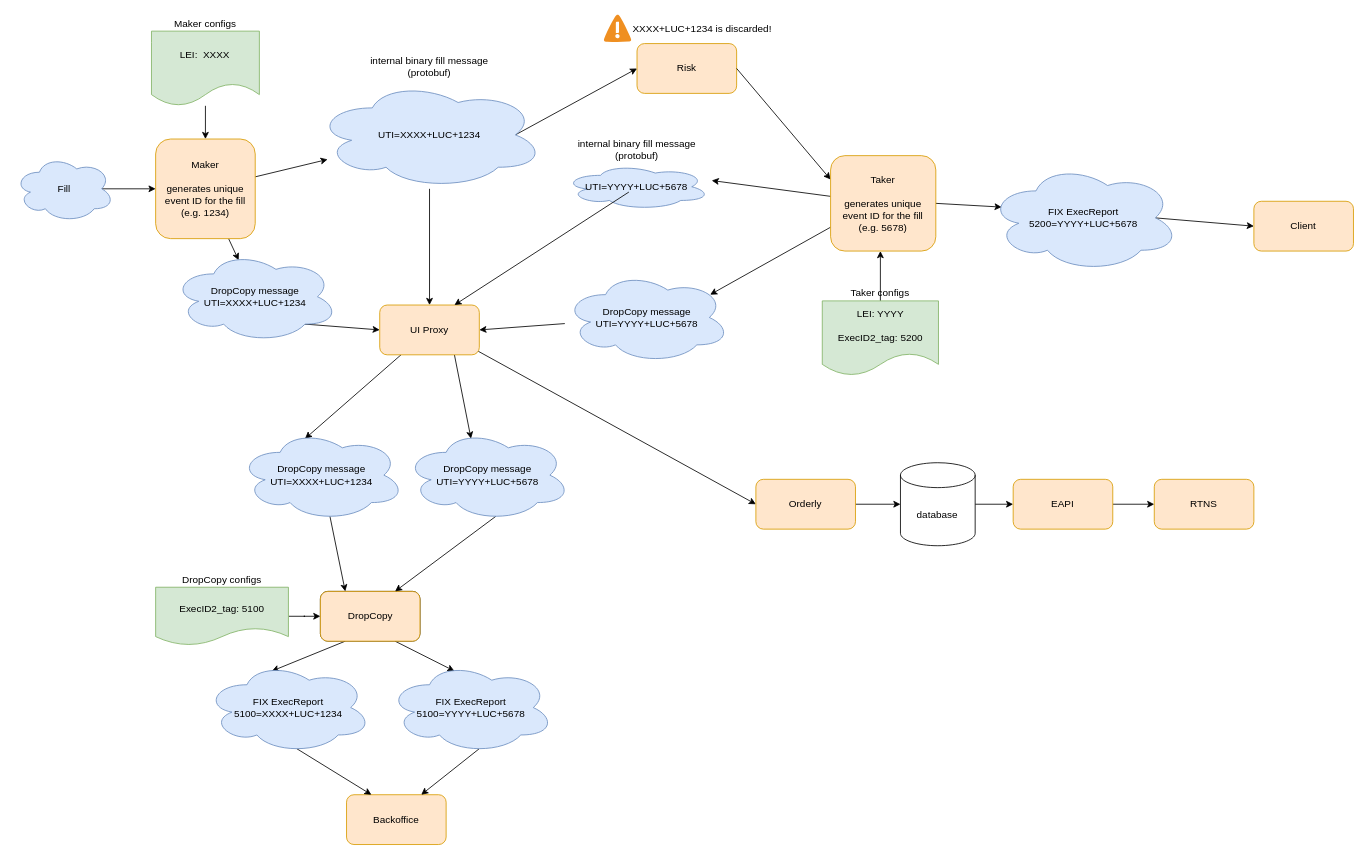
Before: CH-33496.drawio in tim-lucera/diagrams, a draw.io diagram. Source tidied: cells renumbered, new cells numbered last; positions are measured from the earlier drawing's top-left corner, leaving out a move shared by most shapes. Both pictures are drawn from the tidied source at 83%, with x=0, y=0 at pixel (14, 14).
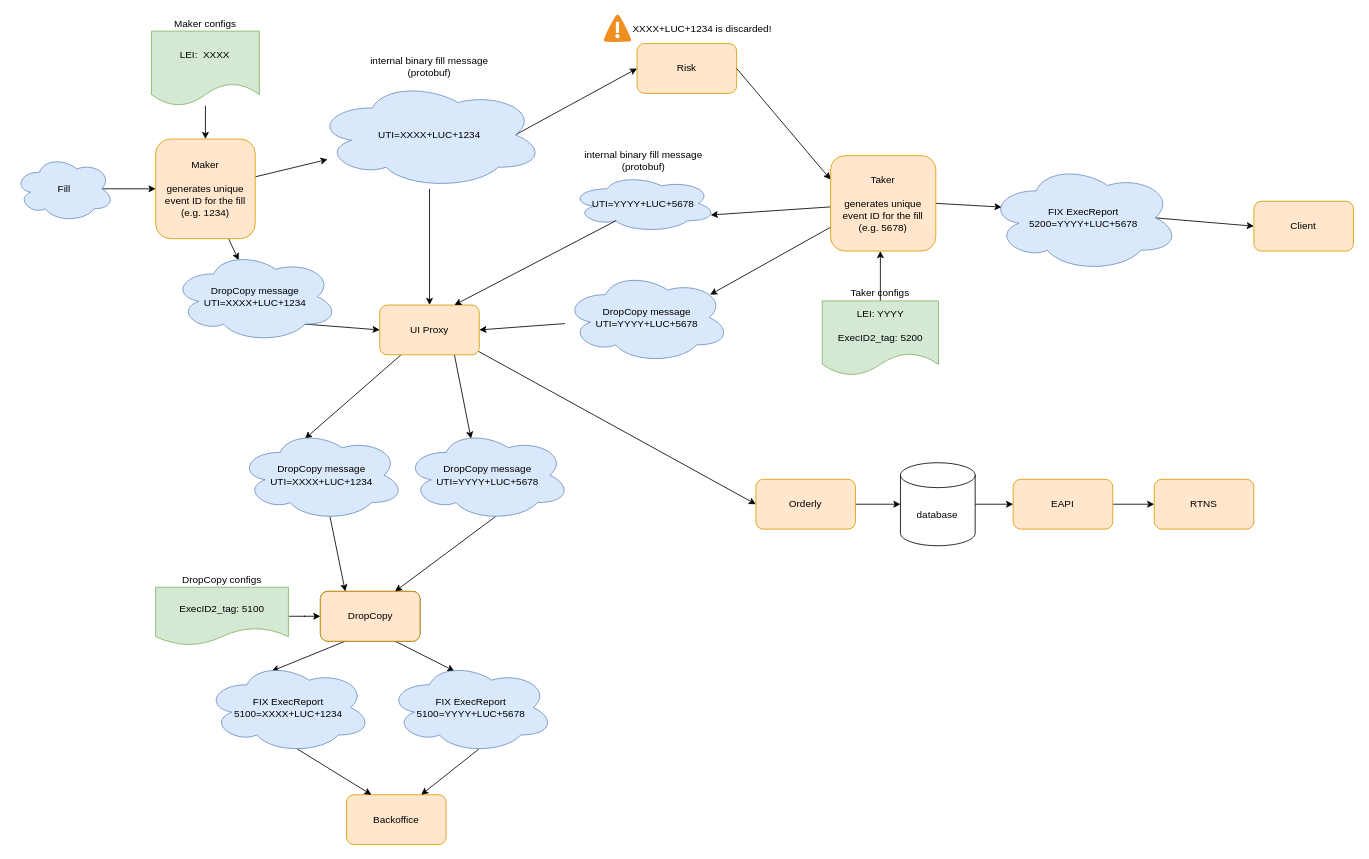
Above is the later version.

Unchanged cells that the change refers to:
```xml
<mxCell id="34" value="&lt;div&gt;Taker&lt;/div&gt;&lt;div&gt;&lt;br&gt;&lt;/div&gt;&lt;div&gt;generates unique event ID for the fill&lt;br&gt;&lt;/div&gt;&lt;div&gt;(e.g. 5678)&lt;br&gt;&lt;/div&gt;" style="rounded=1;whiteSpace=wrap;html=1;fillColor=#ffe6cc;strokeColor=#d79b00;" parent="1" vertex="1">
  <mxGeometry x="983.2" y="170" width="126.8" height="115" as="geometry" />
</mxCell>
<mxCell id="37" value="UI Proxy" style="rounded=1;whiteSpace=wrap;html=1;fillColor=#ffe6cc;strokeColor=#d79b00;" parent="1" vertex="1">
  <mxGeometry x="440" y="350" width="120" height="60" as="geometry" />
</mxCell>
```

What changed in the source:
```diff
@@
-    <mxCell id="33" style="edgeStyle=none;rounded=0;jettySize=auto;html=1;" parent="1" edge="1" source="34">
-      <mxGeometry relative="1" as="geometry">
-        <mxPoint x="840" y="200" as="targetPoint" />
-      </mxGeometry>
+    <mxCell id="33" style="edgeStyle=none;rounded=0;jettySize=auto;html=1;entryX=0.96;entryY=0.7;entryDx=0;entryDy=0;entryPerimeter=0;" parent="1" edge="1" source="34" target="67">
+      <mxGeometry relative="1" as="geometry" />
     </mxCell>
@@
     <mxCell id="66" style="group;" parent="1" vertex="1">
-      <mxGeometry x="662.1" y="180" width="175.8" height="55" as="geometry" />
+      <mxGeometry x="670" y="192.5" width="175.8" height="70" as="geometry" />
     </mxCell>
     <mxCell id="67" value="&lt;div&gt;internal binary fill message&lt;/div&gt;&lt;div&gt;(protobuf)&lt;br&gt;&lt;/div&gt;" style="ellipse;shape=cloud;whiteSpace=wrap;html=1;labelPosition=center;verticalLabelPosition=top;align=center;verticalAlign=bottom;fillColor=#dae8fc;strokeColor=#6c8ebf;" parent="66" vertex="1">
-      <mxGeometry width="175.8" height="55" as="geometry" />
+      <mxGeometry width="175.8" height="70" as="geometry" />
     </mxCell>
     <mxCell id="68" value="&lt;div&gt;UTI=YYYY+LUC+5678&lt;/div&gt;" style="text;html=1;strokeColor=none;fillColor=none;align=center;verticalAlign=middle;whiteSpace=wrap;rounded=0;" parent="66" vertex="1">
-      <mxGeometry x="43.3" y="21.2" width="89.2" height="12.7" as="geometry" />
+      <mxGeometry x="43.3" y="26.9" width="89.2" height="16.2" as="geometry" />
     </mxCell>
-    <mxCell id="69" style="edgeStyle=none;rounded=0;jettySize=auto;html=1;entryX=0.75;entryY=0;entryDx=0;entryDy=0;" parent="1" edge="1" source="68" target="37">
+    <mxCell id="69" style="edgeStyle=none;rounded=0;jettySize=auto;html=1;entryX=0.75;entryY=0;entryDx=0;entryDy=0;exitX=0.31;exitY=0.8;exitDx=0;exitDy=0;exitPerimeter=0;" parent="1" edge="1" source="67" target="37">
       <mxGeometry relative="1" as="geometry" />
     </mxCell>
```
